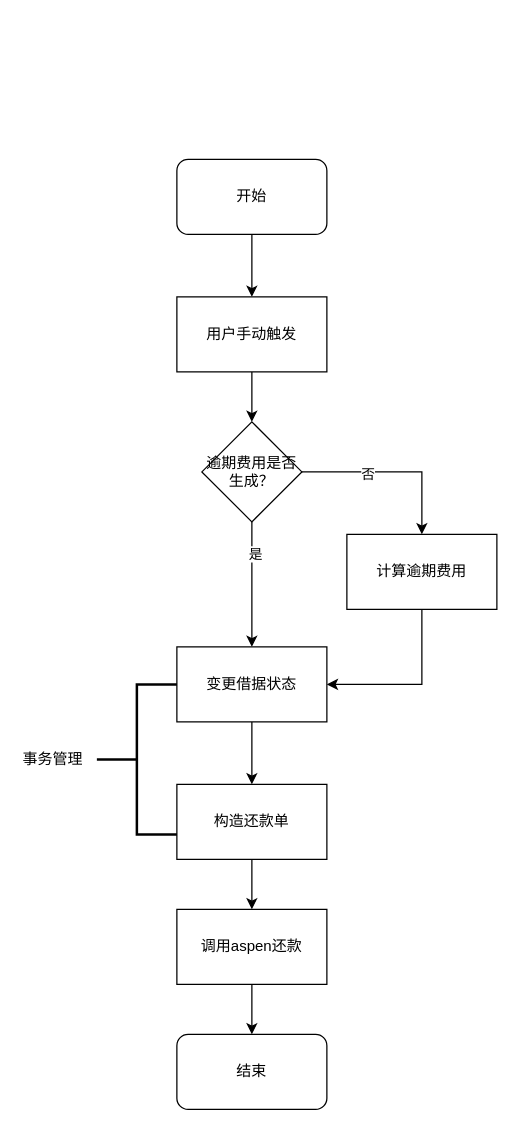
Kang-Shawn/Excellent-life keeps this draw.io diagram as page "Page-3" (3 of 5) of Untitled Diagram.drawio. Above is the earlier version. Source tidied: cells renumbered, new cells numbered last; positions are measured from the earlier drawing's top-left corner, leaving out a move shared by most shapes. Both pictures are drawn from the tidied source at 125%, with x=0, y=0 at pixel (21, 159).
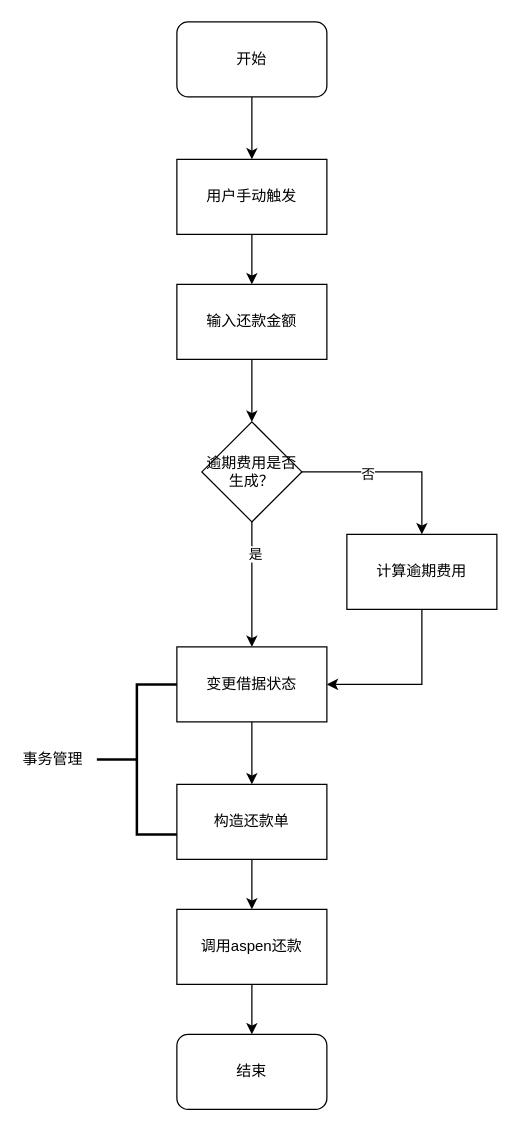
The same page after the edit.

Unchanged cells that the change refers to:
```xml
<mxCell id="10" value="逾期费用是否生成？" style="rhombus;whiteSpace=wrap;html=1;" parent="1" vertex="1">
  <mxGeometry x="144" y="210" width="80" height="80" as="geometry" />
</mxCell>
```

The edit, as a diff of the source:
```diff
@@
     <mxCell id="3" value="开始" style="rounded=1;whiteSpace=wrap;html=1;" parent="1" vertex="1">
-      <mxGeometry x="124" width="120" height="60" as="geometry" />
+      <mxGeometry x="124" y="-110" width="120" height="60" as="geometry" />
     </mxCell>
-    <mxCell id="4" style="edgeStyle=orthogonalEdgeStyle;rounded=0;jettySize=auto;html=1;entryX=0.5;entryY=0;entryDx=0;entryDy=0;" parent="1" edge="1" source="5" target="10">
-      <mxGeometry relative="1" as="geometry" />
-    </mxCell>
+    <mxCell id="22" style="edgeStyle=orthogonalEdgeStyle;rounded=0;jettySize=auto;html=1;entryX=0.5;entryY=0;entryDx=0;entryDy=0;" parent="1" edge="1" source="5" target="24">
+      <mxGeometry relative="1" as="geometry" />
+    </mxCell>
     <mxCell id="5" value="用户手动触发" style="rounded=0;whiteSpace=wrap;html=1;" parent="1" vertex="1">
-      <mxGeometry x="124" y="110" width="120" height="60" as="geometry" />
+      <mxGeometry x="124" width="120" height="60" as="geometry" />
     </mxCell>
@@
+    <mxCell id="23" style="edgeStyle=orthogonalEdgeStyle;rounded=0;jettySize=auto;html=1;entryX=0.5;entryY=0;entryDx=0;entryDy=0;" parent="1" edge="1" source="24" target="10">
+      <mxGeometry relative="1" as="geometry" />
+    </mxCell>
+    <mxCell id="24" value="输入还款金额" style="rounded=0;whiteSpace=wrap;html=1;" parent="1" vertex="1">
+      <mxGeometry x="124" y="100" width="120" height="60" as="geometry" />
+    </mxCell>
```
